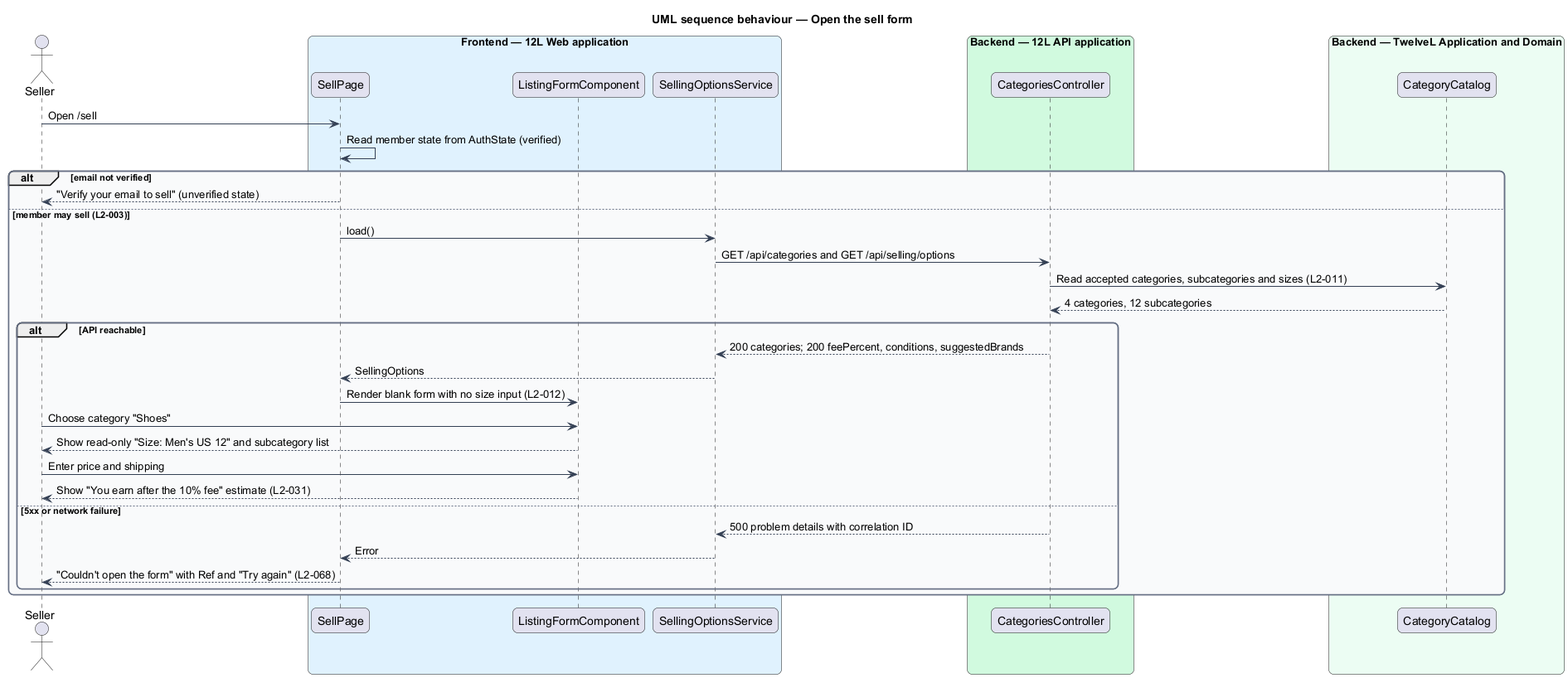
This is docs/detailed-designs/listings/create-listing/diagrams/sequence-open-sell-form.png from QuinntyneBrown/12l, a PlantUML export, as it was before one commit.
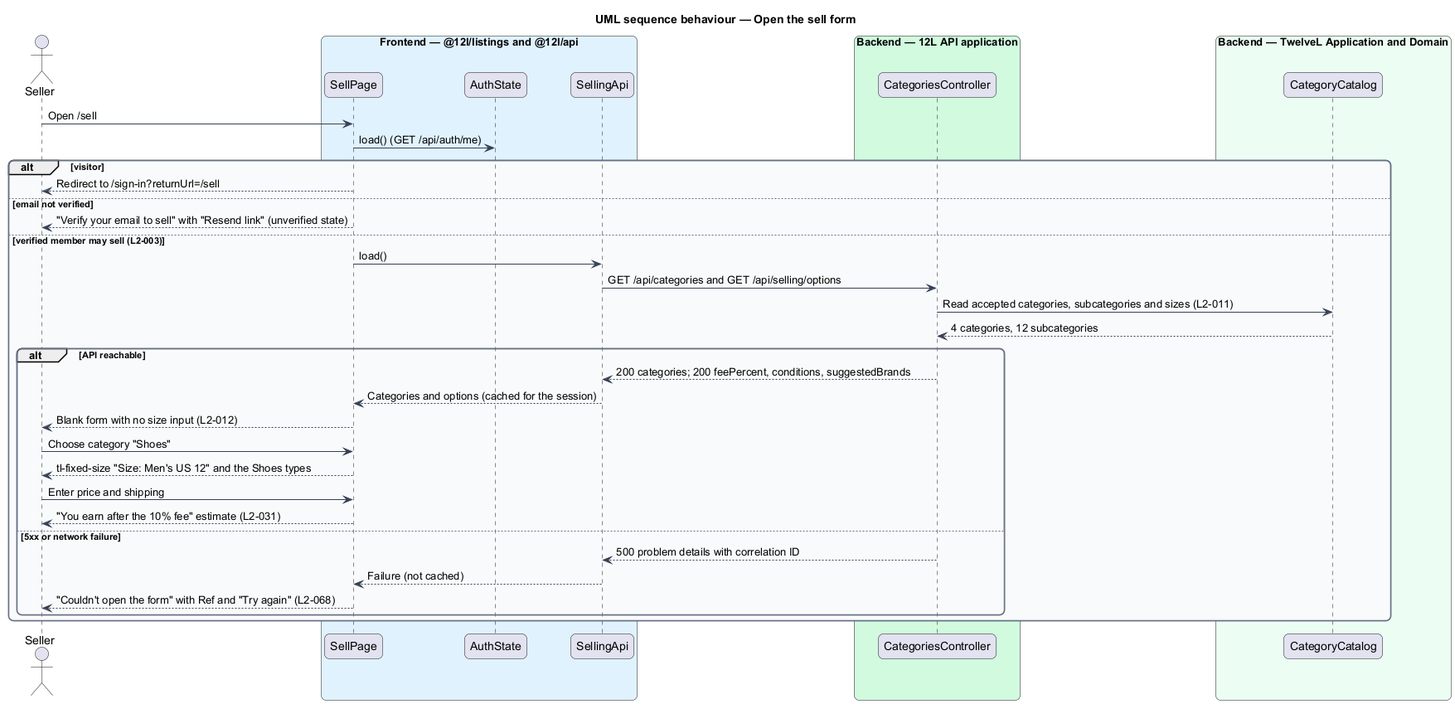
Later version of the same file.

What changed in the source:
```diff
@@ -15,10 +15,10 @@
   BackgroundColor #F9FAFB
 }
 actor "Seller" as actor
-box "Frontend — 12L Web application" #E0F2FE
+box "Frontend — @12l/listings and @12l/api" #E0F2FE
   participant "SellPage" as page
-  participant "ListingFormComponent" as form
-  participant "SellingOptionsService" as opts
+  participant "AuthState" as auth
+  participant "SellingApi" as opts
 end box
 box "Backend — 12L API application" #D1FADF
   participant "CategoriesController" as ctrl
@@ -27,25 +27,27 @@
   participant "CategoryCatalog" as catalog
 end box
 actor -> page : Open /sell
-page -> page : Read member state from AuthState (verified)
-alt email not verified
-  page --> actor : "Verify your email to sell" (unverified state)
-else member may sell (L2-003)
+page -> auth : load() (GET /api/auth/me)
+alt visitor
+  page --> actor : Redirect to /sign-in?returnUrl=/sell
+else email not verified
+  page --> actor : "Verify your email to sell" with "Resend link" (unverified state)
+else verified member may sell (L2-003)
   page -> opts : load()
   opts -> ctrl : GET /api/categories and GET /api/selling/options
   ctrl -> catalog : Read accepted categories, subcategories and sizes (L2-011)
   catalog --> ctrl : 4 categories, 12 subcategories
   alt API reachable
     ctrl --> opts : 200 categories; 200 feePercent, conditions, suggestedBrands
-    opts --> page : SellingOptions
-    page -> form : Render blank form with no size input (L2-012)
-    actor -> form : Choose category "Shoes"
-    form --> actor : Show read-only "Size: Men's US 12" and subcategory list
-    actor -> form : Enter price and shipping
-    form --> actor : Show "You earn after the 10% fee" estimate (L2-031)
+    opts --> page : Categories and options (cached for the session)
+    page --> actor : Blank form with no size input (L2-012)
+    actor -> page : Choose category "Shoes"
+    page --> actor : tl-fixed-size "Size: Men's US 12" and the Shoes types
+    actor -> page : Enter price and shipping
+    page --> actor : "You earn after the 10% fee" estimate (L2-031)
   else 5xx or network failure
     ctrl --> opts : 500 problem details with correlation ID
-    opts --> page : Error
+    opts --> page : Failure (not cached)
     page --> actor : "Couldn't open the form" with Ref and "Try again" (L2-068)
   end
 end
```
